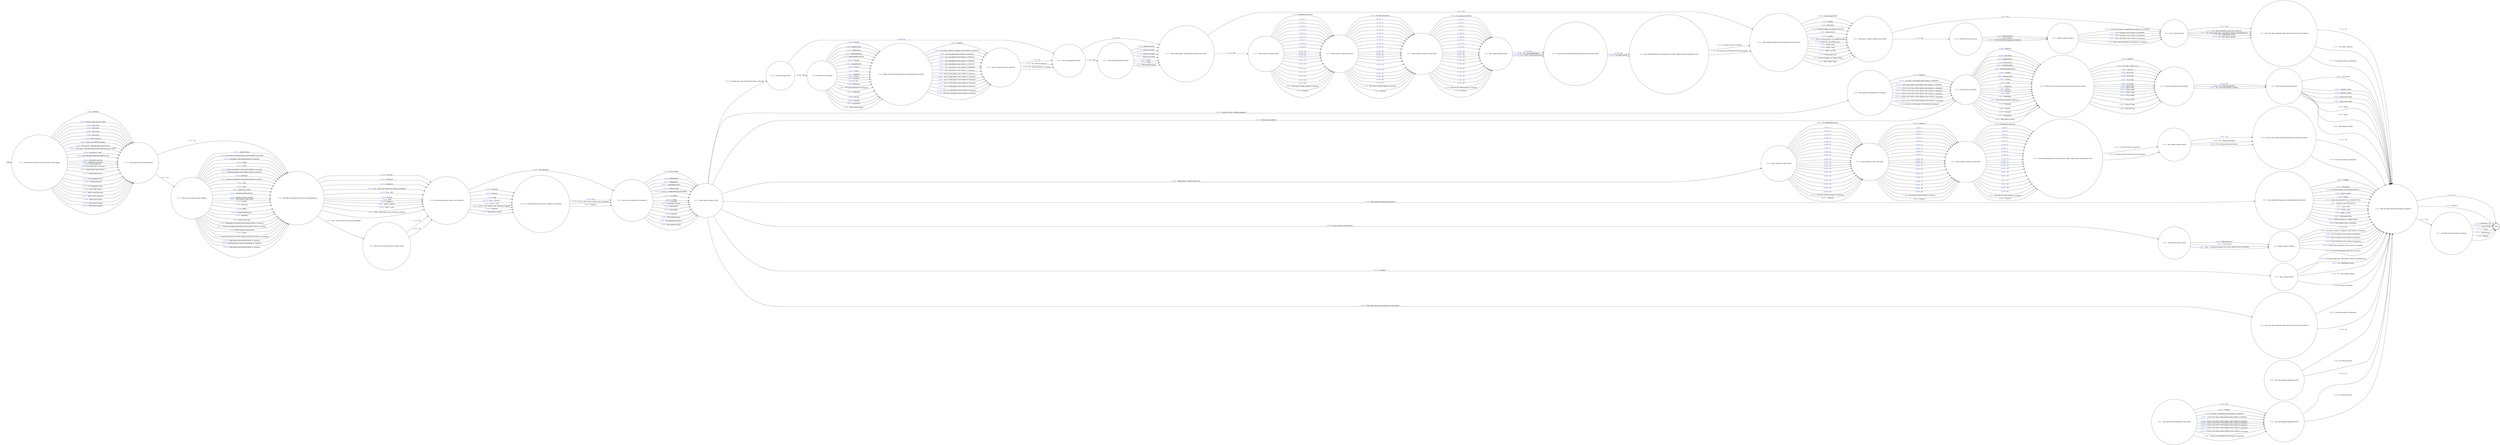
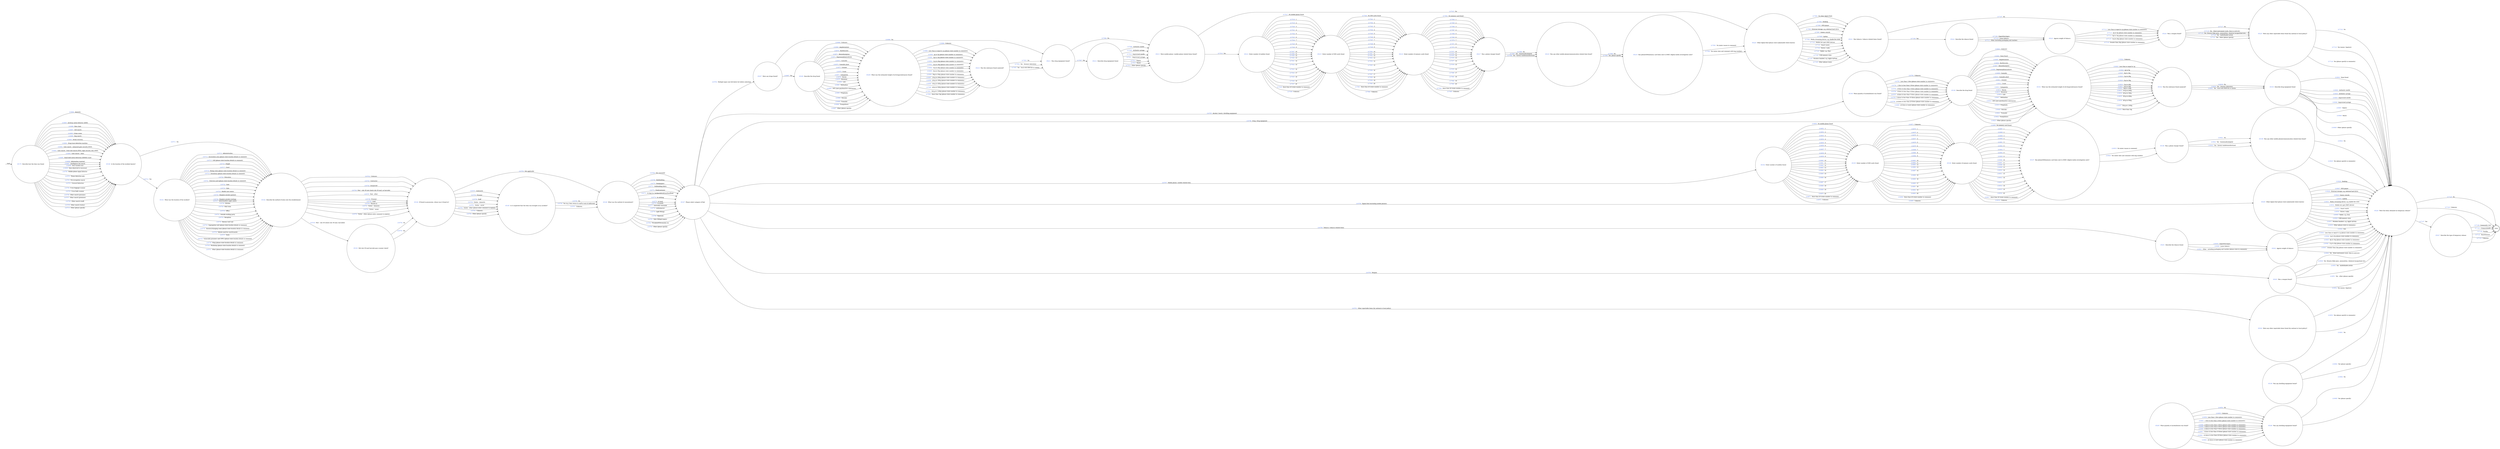
digraph FIND_4 {
  rankdir=LR;
  node [shape = circle];

  START_NODE [label="", shape=none];
  START_NODE -> 65179 [label = "start"];
  END_NODE [label="END", shape="doublecircle"];
-     65179 [label=< <FONT COLOR="royalblue">65179 </FONT> Describe how the item was found (select all that apply) >];
+     65179 [label=< <FONT COLOR="royalblue">65179 </FONT> Describe how the item was found >];
      65179 -> 65180 [label=< <FONT COLOR="royalblue">216684 </FONT> Amnesty >];
      65179 -> 65180 [label=< <FONT COLOR="royalblue">216685 </FONT> Archway metal detector (AMD) >];
      65179 -> 65180 [label=< <FONT COLOR="royalblue">216686 </FONT> Boss chair >];
      65179 -> 65180 [label=< <FONT COLOR="royalblue">216687 </FONT> Cell search >];
      65179 -> 65180 [label=< <FONT COLOR="royalblue">216688 </FONT> Crime scene >];
      65179 -> 65180 [label=< <FONT COLOR="royalblue">216689 </FONT> Dog search >];
      65179 -> 65180 [label=< <FONT COLOR="royalblue">216690 </FONT> Drone recovery >];
      65179 -> 65180 [label=< <FONT COLOR="royalblue">216691 </FONT> Drug trace detection machine >];
      65179 -> 65180 [label=< <FONT COLOR="royalblue">216692 </FONT> Gate search - enhanced gate security (EGS) >];
      65179 -> 65180 [label=< <FONT COLOR="royalblue">216693 </FONT> Gate search - front end search (FES), high security only (HSE) >];
      65179 -> 65180 [label=< <FONT COLOR="royalblue">216694 </FONT> Gate search - other >];
      65179 -> 65180 [label=< <FONT COLOR="royalblue">216695 </FONT> Hand held metal detection (HHMD) wand >];
      65179 -> 65180 [label=< <FONT COLOR="royalblue">216696 </FONT> Information received >];
      65179 -> 65180 [label=< <FONT COLOR="royalblue">216697 </FONT> Intelligence led search >];
      65179 -> 65180 [label=< <FONT COLOR="royalblue">216698 </FONT> Item handed over >];
      65179 -> 65180 [label=< <FONT COLOR="royalblue">216699 </FONT> Item observed &amp; recovered >];
      65179 -> 65180 [label=< <FONT COLOR="royalblue">216700 </FONT> Mobile phone signal detector >];
      65179 -> 65180 [label=< <FONT COLOR="royalblue">216701 </FONT> Phone detection pole >];
      65179 -> 65180 [label=< <FONT COLOR="royalblue">216702 </FONT> Pre-occupation search >];
      65179 -> 65180 [label=< <FONT COLOR="royalblue">216703 </FONT> Unusual behaviour >];
      65179 -> 65180 [label=< <FONT COLOR="royalblue">216704 </FONT> X-ray baggage scanner >];
      65179 -> 65180 [label=< <FONT COLOR="royalblue">216705 </FONT> X-ray body scanner >];
      65179 -> 65180 [label=< <FONT COLOR="royalblue">216706 </FONT> Other search (prisoner) >];
      65179 -> 65180 [label=< <FONT COLOR="royalblue">216707 </FONT> Other search (premises) >];
      65179 -> 65180 [label=< <FONT COLOR="royalblue">216708 </FONT> Other search (staff) >];
      65179 -> 65180 [label=< <FONT COLOR="royalblue">216709 </FONT> Other search (visitor) >];
      65179 -> 65180 [label=< <FONT COLOR="royalblue">216710 </FONT> Other (please specify) >];
    65180 [label=< <FONT COLOR="royalblue">65180 </FONT> Is the location of the incident known? >];
      65180 -> 65182 [label=< <FONT COLOR="royalblue">216711 </FONT> No >];
      65180 -> 65181 [label=< <FONT COLOR="royalblue">216712 </FONT> Yes >];
    65181 [label=< <FONT COLOR="royalblue">65181 </FONT> What was the location of the incident? >];
      65181 -> 65182 [label=< <FONT COLOR="royalblue">216713 </FONT> Administration >];
      65181 -> 65182 [label=< <FONT COLOR="royalblue">216714 </FONT> Association area (please state location details in comment) >];
      65181 -> 65182 [label=< <FONT COLOR="royalblue">216715 </FONT> Cell (please state location details in comment) >];
      65181 -> 65182 [label=< <FONT COLOR="royalblue">216716 </FONT> Chapel >];
      65181 -> 65182 [label=< <FONT COLOR="royalblue">216717 </FONT> Court >];
      65181 -> 65182 [label=< <FONT COLOR="royalblue">216718 </FONT> Dining room (please state location details in comment) >];
      65181 -> 65182 [label=< <FONT COLOR="royalblue">216719 </FONT> Dormitory (please state location details in comment) >];
      65181 -> 65182 [label=< <FONT COLOR="royalblue">216720 </FONT> Education >];
      65181 -> 65182 [label=< <FONT COLOR="royalblue">216721 </FONT> Exercise yard (please state location details in comment) >];
      65181 -> 65182 [label=< <FONT COLOR="royalblue">216722 </FONT> Gate >];
      65181 -> 65182 [label=< <FONT COLOR="royalblue">216723 </FONT> Gym >];
      65181 -> 65182 [label=< <FONT COLOR="royalblue">216724 </FONT> Health care centre >];
      65181 -> 65182 [label=< <FONT COLOR="royalblue">216725 </FONT> Hospital outside (patient) >];
      65181 -> 65182 [label=< <FONT COLOR="royalblue">216726 </FONT> Hospital outside (visiting) >];
      65181 -> 65182 [label=< <FONT COLOR="royalblue">216727 </FONT> Induction/first night centre >];
      65181 -> 65182 [label=< <FONT COLOR="royalblue">216728 </FONT> Kitchen >];
      65181 -> 65182 [label=< <FONT COLOR="royalblue">216729 </FONT> Mail room >];
      65181 -> 65182 [label=< <FONT COLOR="royalblue">216730 </FONT> Office >];
      65181 -> 65182 [label=< <FONT COLOR="royalblue">216731 </FONT> Outside working party >];
      65181 -> 65182 [label=< <FONT COLOR="royalblue">216732 </FONT> Reception >];
      65181 -> 65182 [label=< <FONT COLOR="royalblue">216733 </FONT> Recess/ roof void >];
      65181 -> 65182 [label=< <FONT COLOR="royalblue">216734 </FONT> Segregation unit (please state location details in comment) >];
      65181 -> 65182 [label=< <FONT COLOR="royalblue">216735 </FONT> Showers/changing room (please state location details in comment) >];
      65181 -> 65182 [label=< <FONT COLOR="royalblue">216736 </FONT> Vehicle used for court/transfer >];
      65181 -> 65182 [label=< <FONT COLOR="royalblue">216737 </FONT> Visits >];
      65181 -> 65182 [label=< <FONT COLOR="royalblue">216738 </FONT> Vulnerable prisoners unit (VPU) (please state location details in comment) >];
      65181 -> 65182 [label=< <FONT COLOR="royalblue">216739 </FONT> Wing (please state location details in comment) >];
      65181 -> 65182 [label=< <FONT COLOR="royalblue">216740 </FONT> Workshop (please state location details in comment) >];
      65181 -> 65182 [label=< <FONT COLOR="royalblue">216741 </FONT> Other (please state location details in comment) >];
    65182 [label=< <FONT COLOR="royalblue">65182 </FONT> Describe the method of entry into the establishment >];
      65182 -> 65184 [label=< <FONT COLOR="royalblue">216742 </FONT> Unknown >];
      65182 -> 65184 [label=< <FONT COLOR="royalblue">216743 </FONT> Contractor >];
      65182 -> 65184 [label=< <FONT COLOR="royalblue">216744 </FONT> Drone/UAV >];
      65182 -> 65183 [label=< <FONT COLOR="royalblue">216745 </FONT> Post - rule 39 (check rule 39 mail, barcoded) >];
      65182 -> 65184 [label=< <FONT COLOR="royalblue">216746 </FONT> Post - rule 39 (not check rule 39 mail, no barcode) >];
      65182 -> 65184 [label=< <FONT COLOR="royalblue">216747 </FONT> Post - other >];
      65182 -> 65184 [label=< <FONT COLOR="royalblue">216748 </FONT> Prisoner >];
      65182 -> 65184 [label=< <FONT COLOR="royalblue">216749 </FONT> Staff >];
      65182 -> 65184 [label=< <FONT COLOR="royalblue">216750 </FONT> Thrown in >];
      65182 -> 65184 [label=< <FONT COLOR="royalblue">216751 </FONT> Visitor - domestic >];
      65182 -> 65184 [label=< <FONT COLOR="royalblue">216752 </FONT> Visitor - social >];
      65182 -> 65184 [label=< <FONT COLOR="royalblue">216753 </FONT> Visitor - other (please enter comment to explain) >];
    65183 [label=< <FONT COLOR="royalblue">65183 </FONT> Did rule 39 mail barcode pass scanner check? >];
      65183 -> 65184 [label=< <FONT COLOR="royalblue">216754 </FONT> No >];
      65183 -> 65184 [label=< <FONT COLOR="royalblue">216755 </FONT> Yes >];
    65184 [label=< <FONT COLOR="royalblue">65184 </FONT> If found in possession, whose was it found in? >];
      65184 -> 65186 [label=< <FONT COLOR="royalblue">216756 </FONT> Not applicable >];
      65184 -> 65185 [label=< <FONT COLOR="royalblue">216757 </FONT> Contractor >];
      65184 -> 65185 [label=< <FONT COLOR="royalblue">216758 </FONT> Prisoner >];
      65184 -> 65185 [label=< <FONT COLOR="royalblue">216759 </FONT> Staff >];
      65184 -> 65185 [label=< <FONT COLOR="royalblue">216760 </FONT> Visitor - domestic >];
      65184 -> 65185 [label=< <FONT COLOR="royalblue">216761 </FONT> Visitor - social >];
      65184 -> 65185 [label=< <FONT COLOR="royalblue">216762 </FONT> Visitor - other (please enter comment to explain) >];
      65184 -> 65185 [label=< <FONT COLOR="royalblue">216763 </FONT> Unknown >];
      65184 -> 65185 [label=< <FONT COLOR="royalblue">216764 </FONT> Other (please specify) >];
    65185 [label=< <FONT COLOR="royalblue">65185 </FONT> Is it suspected that the item was brought in by accident? >];
      65185 -> 65186 [label=< <FONT COLOR="royalblue">216765 </FONT> No >];
      65185 -> 65186 [label=< <FONT COLOR="royalblue">216766 </FONT> Yes (e.g. item return to staff at end of shift/visit) >];
      65185 -> 65186 [label=< <FONT COLOR="royalblue">216767 </FONT> Unknown >];
    65186 [label=< <FONT COLOR="royalblue">65186 </FONT> What was the method of concealment? >];
      65186 -> 65187 [label=< <FONT COLOR="royalblue">216768 </FONT> Not concealed >];
      65186 -> 65187 [label=< <FONT COLOR="royalblue">216769 </FONT> Bed/bedding >];
      65186 -> 65187 [label=< <FONT COLOR="royalblue">216770 </FONT> Book/papers >];
      65186 -> 65187 [label=< <FONT COLOR="royalblue">216771 </FONT> Cell/building fabric >];
      65186 -> 65187 [label=< <FONT COLOR="royalblue">216772 </FONT> Food/container >];
      65186 -> 65187 [label=< <FONT COLOR="royalblue">216773 </FONT> In bag (i.e. backpack/briefcase/handbag) >];
      65186 -> 65187 [label=< <FONT COLOR="royalblue">216774 </FONT> In clothing >];
      65186 -> 65187 [label=< <FONT COLOR="royalblue">216775 </FONT> In hand >];
      65186 -> 65187 [label=< <FONT COLOR="royalblue">216776 </FONT> In mouth >];
      65186 -> 65187 [label=< <FONT COLOR="royalblue">216777 </FONT> Internally concealed >];
      65186 -> 65187 [label=< <FONT COLOR="royalblue">216778 </FONT> Letter/parcel >];
      65186 -> 65187 [label=< <FONT COLOR="royalblue">216779 </FONT> Light fittings >];
      65186 -> 65187 [label=< <FONT COLOR="royalblue">216780 </FONT> Pipework >];
      65186 -> 65187 [label=< <FONT COLOR="royalblue">216781 </FONT> Rule 39/legal papers >];
      65186 -> 65187 [label=< <FONT COLOR="royalblue">216782 </FONT> TV/radio/DVD/consoles etc >];
      65186 -> 65187 [label=< <FONT COLOR="royalblue">216783 </FONT> Other (please specify) >];
    65187 [label=< <FONT COLOR="royalblue">65187 </FONT> Please select category of find >];
      65187 -> 65207 [label=< <FONT COLOR="royalblue">216784 </FONT> Multiple types (see full below list before selecting) >];
      65187 -> 65188 [label=< <FONT COLOR="royalblue">216785 </FONT> Alcohol / hooch / distilling equipment >];
      65187 -> 65190 [label=< <FONT COLOR="royalblue">216786 </FONT> Drug / drug equipment >];
      65187 -> 65194 [label=< <FONT COLOR="royalblue">216787 </FONT> Mobile phone / mobile related item >];
      65187 -> 65200 [label=< <FONT COLOR="royalblue">216788 </FONT> Digital find (excluding mobile phones) >];
      65187 -> 65201 [label=< <FONT COLOR="royalblue">216789 </FONT> Tobacco / tobacco related items >];
      65187 -> 65203 [label=< <FONT COLOR="royalblue">216790 </FONT> Weapon >];
      65187 -> 65204 [label=< <FONT COLOR="royalblue">216791 </FONT> Other reportable items (by national or local policy) >];
    65188 [label=< <FONT COLOR="royalblue">65188 </FONT> What quantity of alcohol/hooch was found? >];
      65188 -> 65190 [label=< <FONT COLOR="royalblue">216792 </FONT> Unknown >];
      65188 -> 65190 [label=< <FONT COLOR="royalblue">216793 </FONT> Less than 1 litre (please state number in comments) >];
      65188 -> 65190 [label=< <FONT COLOR="royalblue">216794 </FONT> 1 litre to less than 2 litres (please state number in comments) >];
      65188 -> 65190 [label=< <FONT COLOR="royalblue">216795 </FONT> 2 litres to less than 3 litres (please state number in comments) >];
      65188 -> 65190 [label=< <FONT COLOR="royalblue">216796 </FONT> 3 litres to less than 4 litres (please state number in comments) >];
      65188 -> 65190 [label=< <FONT COLOR="royalblue">216797 </FONT> 4 litres to less than 5 litres (please state number in comments) >];
      65188 -> 65190 [label=< <FONT COLOR="royalblue">216798 </FONT> 5 litres to less than 10 litres (please state number in comments) >];
      65188 -> 65190 [label=< <FONT COLOR="royalblue">216799 </FONT> 10 litres to less than 20 litres (please state number in comments) >];
      65188 -> 65190 [label=< <FONT COLOR="royalblue">216800 </FONT> 20 litres or more (please state number in comments) >];
    65189 [label=< <FONT COLOR="royalblue">65189 </FONT> Was any distilling equipment found? >];
      65189 -> 65226 [label=< <FONT COLOR="royalblue">216801 </FONT> No >];
      65189 -> 65226 [label=< <FONT COLOR="royalblue">216802 </FONT> Yes (please specify) >];
    65190 [label=< <FONT COLOR="royalblue">65190 </FONT> Describe the drug found >];
      65190 -> 65191 [label=< <FONT COLOR="royalblue">216803 </FONT> Unknown >];
      65190 -> 65191 [label=< <FONT COLOR="royalblue">216804 </FONT> None found >];
      65190 -> 65191 [label=< <FONT COLOR="royalblue">216805 </FONT> Amphetamines >];
      65190 -> 65191 [label=< <FONT COLOR="royalblue">216806 </FONT> Barbiturates >];
      65190 -> 65191 [label=< <FONT COLOR="royalblue">216807 </FONT> Benzodiazepines >];
      65190 -> 65191 [label=< <FONT COLOR="royalblue">216808 </FONT> Buprenorphine/subutex >];
      65190 -> 65191 [label=< <FONT COLOR="royalblue">216809 </FONT> Cannabis >];
      65190 -> 65191 [label=< <FONT COLOR="royalblue">216810 </FONT> Cannabis plant >];
      65190 -> 65191 [label=< <FONT COLOR="royalblue">216811 </FONT> Cocaine >];
      65190 -> 65191 [label=< <FONT COLOR="royalblue">216812 </FONT> Crack >];
      65190 -> 65191 [label=< <FONT COLOR="royalblue">216813 </FONT> Gabapentin >];
      65190 -> 65191 [label=< <FONT COLOR="royalblue">216814 </FONT> Heroin >];
      65190 -> 65191 [label=< <FONT COLOR="royalblue">216815 </FONT> Ketamine >];
      65190 -> 65191 [label=< <FONT COLOR="royalblue">216816 </FONT> LSD >];
      65190 -> 65191 [label=< <FONT COLOR="royalblue">216817 </FONT> Methadone >];
      65190 -> 65191 [label=< <FONT COLOR="royalblue">216818 </FONT> NPS (new psychoactive substances) >];
      65190 -> 65191 [label=< <FONT COLOR="royalblue">216819 </FONT> Pregabalin >];
      65190 -> 65191 [label=< <FONT COLOR="royalblue">216820 </FONT> Steroids >];
      65190 -> 65191 [label=< <FONT COLOR="royalblue">216821 </FONT> Tramadol >];
      65190 -> 65191 [label=< <FONT COLOR="royalblue">216822 </FONT> Tranquilisers >];
      65190 -> 65191 [label=< <FONT COLOR="royalblue">216823 </FONT> Other (please specify) >];
    65191 [label=< <FONT COLOR="royalblue">65191 </FONT> What was the estimated weight of all drugs/substances found? >];
      65191 -> 65192 [label=< <FONT COLOR="royalblue">216824 </FONT> Unknown >];
      65191 -> 65192 [label=< <FONT COLOR="royalblue">216825 </FONT> Less than or equal to 1g >];
      65191 -> 65192 [label=< <FONT COLOR="royalblue">216826 </FONT> 2g to 5g >];
      65191 -> 65192 [label=< <FONT COLOR="royalblue">216827 </FONT> 6g to 10g >];
      65191 -> 65192 [label=< <FONT COLOR="royalblue">216828 </FONT> 11g to 20g >];
      65191 -> 65192 [label=< <FONT COLOR="royalblue">216829 </FONT> 21g to 30g >];
      65191 -> 65192 [label=< <FONT COLOR="royalblue">216830 </FONT> 31g to 40g >];
      65191 -> 65192 [label=< <FONT COLOR="royalblue">216831 </FONT> 41g to 50g >];
      65191 -> 65192 [label=< <FONT COLOR="royalblue">216832 </FONT> 50g to 100g >];
      65191 -> 65192 [label=< <FONT COLOR="royalblue">216833 </FONT> 101g to 200g >];
      65191 -> 65192 [label=< <FONT COLOR="royalblue">216834 </FONT> 201g to 300g >];
      65191 -> 65192 [label=< <FONT COLOR="royalblue">216835 </FONT> 301g to 400g >];
      65191 -> 65192 [label=< <FONT COLOR="royalblue">216836 </FONT> 401g to 500g >];
      65191 -> 65192 [label=< <FONT COLOR="royalblue">216837 </FONT> 501g to 1,000g >];
      65191 -> 65192 [label=< <FONT COLOR="royalblue">216838 </FONT> More than 1kg >];
    65192 [label=< <FONT COLOR="royalblue">65192 </FONT> Was the substance found analysed? >];
      65192 -> 65193 [label=< <FONT COLOR="royalblue">216839 </FONT> No >];
      65192 -> 65193 [label=< <FONT COLOR="royalblue">216840 </FONT> Yes - forensic laboratory >];
      65192 -> 65193 [label=< <FONT COLOR="royalblue">216841 </FONT> Yes - local with BDH kit or similar >];
    65193 [label=< <FONT COLOR="royalblue">65193 </FONT> Describe drug equipment found >];
      65193 -> 65226 [label=< <FONT COLOR="royalblue">216842 </FONT> None found >];
      65193 -> 65226 [label=< <FONT COLOR="royalblue">216843 </FONT> Authentic needle >];
      65193 -> 65226 [label=< <FONT COLOR="royalblue">216844 </FONT> Authentic syringe >];
      65193 -> 65226 [label=< <FONT COLOR="royalblue">216845 </FONT> Improvised needle >];
      65193 -> 65226 [label=< <FONT COLOR="royalblue">216846 </FONT> Improvised syringe >];
      65193 -> 65226 [label=< <FONT COLOR="royalblue">216847 </FONT> Pipe(s) >];
      65193 -> 65226 [label=< <FONT COLOR="royalblue">216848 </FONT> Roach >];
      65193 -> 65226 [label=< <FONT COLOR="royalblue">216849 </FONT> Other (please specify) >];
    65194 [label=< <FONT COLOR="royalblue">65194 </FONT> Enter number of mobiles found >];
      65194 -> 65195 [label=< <FONT COLOR="royalblue">216850 </FONT> No mobile phone found >];
      65194 -> 65195 [label=< <FONT COLOR="royalblue">216851 </FONT> 1 >];
      65194 -> 65195 [label=< <FONT COLOR="royalblue">216852 </FONT> 2 >];
      65194 -> 65195 [label=< <FONT COLOR="royalblue">216853 </FONT> 3 >];
      65194 -> 65195 [label=< <FONT COLOR="royalblue">216854 </FONT> 4 >];
      65194 -> 65195 [label=< <FONT COLOR="royalblue">216855 </FONT> 5 >];
      65194 -> 65195 [label=< <FONT COLOR="royalblue">216856 </FONT> 6 >];
      65194 -> 65195 [label=< <FONT COLOR="royalblue">216857 </FONT> 7 >];
      65194 -> 65195 [label=< <FONT COLOR="royalblue">216858 </FONT> 8 >];
      65194 -> 65195 [label=< <FONT COLOR="royalblue">216859 </FONT> 9 >];
      65194 -> 65195 [label=< <FONT COLOR="royalblue">216860 </FONT> 10 >];
      65194 -> 65195 [label=< <FONT COLOR="royalblue">216861 </FONT> 11 >];
      65194 -> 65195 [label=< <FONT COLOR="royalblue">216862 </FONT> 12 >];
      65194 -> 65195 [label=< <FONT COLOR="royalblue">216863 </FONT> 13 >];
      65194 -> 65195 [label=< <FONT COLOR="royalblue">216864 </FONT> 14 >];
      65194 -> 65195 [label=< <FONT COLOR="royalblue">216865 </FONT> 15 >];
      65194 -> 65195 [label=< <FONT COLOR="royalblue">216866 </FONT> 16 >];
      65194 -> 65195 [label=< <FONT COLOR="royalblue">216867 </FONT> 17 >];
      65194 -> 65195 [label=< <FONT COLOR="royalblue">216868 </FONT> 18 >];
      65194 -> 65195 [label=< <FONT COLOR="royalblue">216869 </FONT> 19 >];
      65194 -> 65195 [label=< <FONT COLOR="royalblue">216870 </FONT> 20 >];
      65194 -> 65195 [label=< <FONT COLOR="royalblue">216871 </FONT> More than 20 (state number in comment) >];
      65194 -> 65195 [label=< <FONT COLOR="royalblue">216872 </FONT> Unknown >];
    65195 [label=< <FONT COLOR="royalblue">65195 </FONT> Enter number of SIM cards found >];
      65195 -> 65196 [label=< <FONT COLOR="royalblue">216873 </FONT> Unknown >];
      65195 -> 65196 [label=< <FONT COLOR="royalblue">216874 </FONT> 1 >];
      65195 -> 65196 [label=< <FONT COLOR="royalblue">216875 </FONT> 2 >];
      65195 -> 65196 [label=< <FONT COLOR="royalblue">216876 </FONT> 3 >];
      65195 -> 65196 [label=< <FONT COLOR="royalblue">216877 </FONT> 4 >];
      65195 -> 65196 [label=< <FONT COLOR="royalblue">216878 </FONT> 5 >];
      65195 -> 65196 [label=< <FONT COLOR="royalblue">216879 </FONT> 6 >];
      65195 -> 65196 [label=< <FONT COLOR="royalblue">216880 </FONT> 7 >];
      65195 -> 65196 [label=< <FONT COLOR="royalblue">216881 </FONT> 8 >];
      65195 -> 65196 [label=< <FONT COLOR="royalblue">216882 </FONT> 9 >];
      65195 -> 65196 [label=< <FONT COLOR="royalblue">216883 </FONT> 10 >];
      65195 -> 65196 [label=< <FONT COLOR="royalblue">216884 </FONT> 11 >];
      65195 -> 65196 [label=< <FONT COLOR="royalblue">216885 </FONT> 12 >];
      65195 -> 65196 [label=< <FONT COLOR="royalblue">216886 </FONT> 13 >];
      65195 -> 65196 [label=< <FONT COLOR="royalblue">216887 </FONT> 14 >];
      65195 -> 65196 [label=< <FONT COLOR="royalblue">216888 </FONT> 15 >];
      65195 -> 65196 [label=< <FONT COLOR="royalblue">216889 </FONT> 16 >];
      65195 -> 65196 [label=< <FONT COLOR="royalblue">216890 </FONT> 17 >];
      65195 -> 65196 [label=< <FONT COLOR="royalblue">216891 </FONT> 18 >];
      65195 -> 65196 [label=< <FONT COLOR="royalblue">216892 </FONT> 19 >];
      65195 -> 65196 [label=< <FONT COLOR="royalblue">216893 </FONT> 20 >];
      65195 -> 65196 [label=< <FONT COLOR="royalblue">216894 </FONT> More than 20 (state number in comment) >];
      65195 -> 65196 [label=< <FONT COLOR="royalblue">216895 </FONT> Unknown >];
    65196 [label=< <FONT COLOR="royalblue">65196 </FONT> Enter number of memory cards found >];
      65196 -> 65197 [label=< <FONT COLOR="royalblue">216896 </FONT> No memory card found >];
      65196 -> 65197 [label=< <FONT COLOR="royalblue">216897 </FONT> 1 >];
      65196 -> 65197 [label=< <FONT COLOR="royalblue">216898 </FONT> 2 >];
      65196 -> 65197 [label=< <FONT COLOR="royalblue">216899 </FONT> 3 >];
      65196 -> 65197 [label=< <FONT COLOR="royalblue">216900 </FONT> 4 >];
      65196 -> 65197 [label=< <FONT COLOR="royalblue">216901 </FONT> 5 >];
      65196 -> 65197 [label=< <FONT COLOR="royalblue">216902 </FONT> 6 >];
      65196 -> 65197 [label=< <FONT COLOR="royalblue">216903 </FONT> 7 >];
      65196 -> 65197 [label=< <FONT COLOR="royalblue">216904 </FONT> 8 >];
      65196 -> 65197 [label=< <FONT COLOR="royalblue">216905 </FONT> 9 >];
      65196 -> 65197 [label=< <FONT COLOR="royalblue">216906 </FONT> 10 >];
      65196 -> 65197 [label=< <FONT COLOR="royalblue">216907 </FONT> 11 >];
      65196 -> 65197 [label=< <FONT COLOR="royalblue">216908 </FONT> 12 >];
      65196 -> 65197 [label=< <FONT COLOR="royalblue">216909 </FONT> 13 >];
      65196 -> 65197 [label=< <FONT COLOR="royalblue">216910 </FONT> 14 >];
      65196 -> 65197 [label=< <FONT COLOR="royalblue">216911 </FONT> 15 >];
      65196 -> 65197 [label=< <FONT COLOR="royalblue">216912 </FONT> 16 >];
      65196 -> 65197 [label=< <FONT COLOR="royalblue">216913 </FONT> 17 >];
      65196 -> 65197 [label=< <FONT COLOR="royalblue">216914 </FONT> 18 >];
      65196 -> 65197 [label=< <FONT COLOR="royalblue">216915 </FONT> 19 >];
      65196 -> 65197 [label=< <FONT COLOR="royalblue">216916 </FONT> 20 >];
      65196 -> 65197 [label=< <FONT COLOR="royalblue">216917 </FONT> More than 20 (state number in comment) >];
      65196 -> 65197 [label=< <FONT COLOR="royalblue">216918 </FONT> Unknown >];
    65197 [label=< <FONT COLOR="royalblue">65197 </FONT> Has phone/SIM/memory card been sent to DMIU (digital media investigation unit)? >];
      65197 -> 65198 [label=< <FONT COLOR="royalblue">216919 </FONT> No (enter reason in comment) >];
      65197 -> 65198 [label=< <FONT COLOR="royalblue">216920 </FONT> Yes (enter date and comment with bag number) >];
    65198 [label=< <FONT COLOR="royalblue">65198 </FONT> Was a phone charger found? >];
      65198 -> 65199 [label=< <FONT COLOR="royalblue">216921 </FONT> No >];
      65198 -> 65199 [label=< <FONT COLOR="royalblue">216922 </FONT> Yes - homemade/adapted >];
      65198 -> 65199 [label=< <FONT COLOR="royalblue">216923 </FONT> Yes - factory made/manufactured >];
    65199 [label=< <FONT COLOR="royalblue">65199 </FONT> Was any other mobile phone/communication related item found? >];
      65199 -> 65226 [label=< <FONT COLOR="royalblue">216924 </FONT> No >];
      65199 -> 65226 [label=< <FONT COLOR="royalblue">216925 </FONT> Yes (please specify in comments) >];
    65200 [label=< <FONT COLOR="royalblue">65200 </FONT> Other digital find (please state make/model where known) >];
      65200 -> 65226 [label=< <FONT COLOR="royalblue">216926 </FONT> Desktop >];
      65200 -> 65226 [label=< <FONT COLOR="royalblue">216927 </FONT> DVD player >];
      65200 -> 65226 [label=< <FONT COLOR="royalblue">216928 </FONT> External storage, e.g. external hard drive >];
      65200 -> 65226 [label=< <FONT COLOR="royalblue">216929 </FONT> Games console >];
      65200 -> 65226 [label=< <FONT COLOR="royalblue">216930 </FONT> Laptop >];
      65200 -> 65226 [label=< <FONT COLOR="royalblue">216931 </FONT> Media streaming device, e.g. kindle fire stick >];
      65200 -> 65226 [label=< <FONT COLOR="royalblue">216932 </FONT> Mobile hot spot (MiFi device) >];
      65200 -> 65226 [label=< <FONT COLOR="royalblue">216933 </FONT> Smart watch >];
      65200 -> 65226 [label=< <FONT COLOR="royalblue">216934 </FONT> Stereo / radio >];
      65200 -> 65226 [label=< <FONT COLOR="royalblue">216935 </FONT> Tablet, e.g. iPad >];
      65200 -> 65226 [label=< <FONT COLOR="royalblue">216936 </FONT> USB memory stick >];
      65200 -> 65226 [label=< <FONT COLOR="royalblue">216937 </FONT> Wireless headset, e.g. Apple AirPods >];
      65200 -> 65226 [label=< <FONT COLOR="royalblue">216938 </FONT> Other (please state in comments) >];
    65201 [label=< <FONT COLOR="royalblue">65201 </FONT> Describe the tobacco found >];
      65201 -> 65202 [label=< <FONT COLOR="royalblue">216939 </FONT> Cigarettes/cigars >];
      65201 -> 65202 [label=< <FONT COLOR="royalblue">216940 </FONT> Loose tobacco >];
      65201 -> 65202 [label=< <FONT COLOR="royalblue">216941 </FONT> Other - including packaging and roaches (please state in comments) >];
    65202 [label=< <FONT COLOR="royalblue">65202 </FONT> Approx weight of tobacco >];
      65202 -> 65226 [label=< <FONT COLOR="royalblue">216942 </FONT> N/A >];
      65202 -> 65226 [label=< <FONT COLOR="royalblue">216943 </FONT> Less than or equal to 1g (please state number in comments) >];
      65202 -> 65226 [label=< <FONT COLOR="royalblue">216944 </FONT> 2g to 5g (please state number in comments) >];
      65202 -> 65226 [label=< <FONT COLOR="royalblue">216945 </FONT> 6g to 10g (please state number in comments) >];
      65202 -> 65226 [label=< <FONT COLOR="royalblue">216946 </FONT> 11g to 20g (please state number in comments) >];
      65202 -> 65226 [label=< <FONT COLOR="royalblue">216947 </FONT> Greater than 20g (please state number in comments) >];
    65203 [label=< <FONT COLOR="royalblue">65203 </FONT> Was a weapon found? >];
      65203 -> 65226 [label=< <FONT COLOR="royalblue">216948 </FONT> Yes - blunt instrument (cosh, item in sock etc) >];
      65203 -> 65226 [label=< <FONT COLOR="royalblue">216949 </FONT> Yes- firearm (fake guns, ammunition, chemical incapacitant etc) >];
      65203 -> 65226 [label=< <FONT COLOR="royalblue">216950 </FONT> Yes - knife/bladed article >];
      65203 -> 65226 [label=< <FONT COLOR="royalblue">216951 </FONT> Yes - other (please specify) >];
    65204 [label=< <FONT COLOR="royalblue">65204 </FONT> Were any other reportable items found (by national or local policy)? >];
      65204 -> 65226 [label=< <FONT COLOR="royalblue">216952 </FONT> Yes (noose / ligature) >];
      65204 -> 65226 [label=< <FONT COLOR="royalblue">216953 </FONT> Yes (please specify in comments) >];
    65205 [label=< <FONT COLOR="royalblue">65205 </FONT> What quantity of alcohol/hooch was found? >];
      65205 -> 65206 [label=< <FONT COLOR="royalblue">216954 </FONT> Nil >];
      65205 -> 65206 [label=< <FONT COLOR="royalblue">216955 </FONT> Unknown >];
      65205 -> 65206 [label=< <FONT COLOR="royalblue">216956 </FONT> Less than 1 litre (please state number in comments) >];
      65205 -> 65206 [label=< <FONT COLOR="royalblue">216957 </FONT> 1 litre to less than 2 litres (please state number in comments) >];
      65205 -> 65206 [label=< <FONT COLOR="royalblue">216958 </FONT> 2 litres to less than 3 litres (please state number in comments) >];
      65205 -> 65206 [label=< <FONT COLOR="royalblue">216959 </FONT> 3 litres to less than 4 litres (please state number in comments) >];
      65205 -> 65206 [label=< <FONT COLOR="royalblue">216960 </FONT> 4 litres to less than 5 litres (please state number in comments) >];
      65205 -> 65206 [label=< <FONT COLOR="royalblue">216961 </FONT> 5 litres to less than 10 litres (please state number in comments) >];
      65205 -> 65206 [label=< <FONT COLOR="royalblue">216962 </FONT> 10 litres to less than 20 litres (please state number in comments) >];
      65205 -> 65206 [label=< <FONT COLOR="royalblue">216963 </FONT> 20 litres or more (please state number in comments) >];
    65206 [label=< <FONT COLOR="royalblue">65206 </FONT> Was any distilling equipment found? >];
      65206 -> 65226 [label=< <FONT COLOR="royalblue">216964 </FONT> No >];
      65206 -> 65226 [label=< <FONT COLOR="royalblue">216965 </FONT> Yes (please specify) >];
    65207 [label=< <FONT COLOR="royalblue">65207 </FONT> Were any drugs found? >];
      65207 -> 65211 [label=< <FONT COLOR="royalblue">216966 </FONT> No >];
      65207 -> 65208 [label=< <FONT COLOR="royalblue">216967 </FONT> Yes >];
    65208 [label=< <FONT COLOR="royalblue">65208 </FONT> Describe the drug found >];
      65208 -> 65209 [label=< <FONT COLOR="royalblue">216968 </FONT> Unknown >];
      65208 -> 65209 [label=< <FONT COLOR="royalblue">216969 </FONT> Amphetamines >];
      65208 -> 65209 [label=< <FONT COLOR="royalblue">216970 </FONT> Barbiturates >];
      65208 -> 65209 [label=< <FONT COLOR="royalblue">216971 </FONT> Benzodiazepines >];
      65208 -> 65209 [label=< <FONT COLOR="royalblue">216972 </FONT> Buprenorphine/subutex >];
      65208 -> 65209 [label=< <FONT COLOR="royalblue">216973 </FONT> Cannabis >];
      65208 -> 65209 [label=< <FONT COLOR="royalblue">216974 </FONT> Cannabis plant >];
      65208 -> 65209 [label=< <FONT COLOR="royalblue">216975 </FONT> Cocaine >];
      65208 -> 65209 [label=< <FONT COLOR="royalblue">216976 </FONT> Crack >];
      65208 -> 65209 [label=< <FONT COLOR="royalblue">216977 </FONT> Gabapentin >];
      65208 -> 65209 [label=< <FONT COLOR="royalblue">216978 </FONT> Heroin >];
      65208 -> 65209 [label=< <FONT COLOR="royalblue">216979 </FONT> Ketamine >];
      65208 -> 65209 [label=< <FONT COLOR="royalblue">216980 </FONT> LSD >];
      65208 -> 65209 [label=< <FONT COLOR="royalblue">216981 </FONT> Methadone >];
      65208 -> 65209 [label=< <FONT COLOR="royalblue">216982 </FONT> NPS (new psychoactive substances) >];
      65208 -> 65209 [label=< <FONT COLOR="royalblue">216983 </FONT> Pregabalin >];
      65208 -> 65209 [label=< <FONT COLOR="royalblue">216984 </FONT> Steroids >];
      65208 -> 65209 [label=< <FONT COLOR="royalblue">216985 </FONT> Tramadol >];
      65208 -> 65209 [label=< <FONT COLOR="royalblue">216986 </FONT> Tranquilisers >];
      65208 -> 65209 [label=< <FONT COLOR="royalblue">216987 </FONT> Other (please specify) >];
    65209 [label=< <FONT COLOR="royalblue">65209 </FONT> What was the estimated weight of all drugs/substances found? >];
      65209 -> 65210 [label=< <FONT COLOR="royalblue">216988 </FONT> Unknown >];
      65209 -> 65210 [label=< <FONT COLOR="royalblue">216989 </FONT> Less than or equal to 1g (please state number in comments) >];
      65209 -> 65210 [label=< <FONT COLOR="royalblue">216990 </FONT> 2g to 5g (please state number in comments) >];
      65209 -> 65210 [label=< <FONT COLOR="royalblue">216991 </FONT> 6g to 10g (please state number in comments) >];
      65209 -> 65210 [label=< <FONT COLOR="royalblue">216992 </FONT> 11g to 20g (please state number in comments) >];
      65209 -> 65210 [label=< <FONT COLOR="royalblue">216993 </FONT> 21g to 30g (please state number in comments) >];
      65209 -> 65210 [label=< <FONT COLOR="royalblue">216994 </FONT> 31g to 40g (please state number in comments) >];
      65209 -> 65210 [label=< <FONT COLOR="royalblue">216995 </FONT> 41g to 50g (please state number in comments) >];
      65209 -> 65210 [label=< <FONT COLOR="royalblue">216996 </FONT> 50g to 100g (please state number in comments) >];
      65209 -> 65210 [label=< <FONT COLOR="royalblue">216997 </FONT> 101g to 200g (please state number in comments) >];
      65209 -> 65210 [label=< <FONT COLOR="royalblue">216998 </FONT> 201g to 300g (please state number in comments) >];
      65209 -> 65210 [label=< <FONT COLOR="royalblue">216999 </FONT> 301g to 400g (please state number in comments) >];
      65209 -> 65210 [label=< <FONT COLOR="royalblue">217000 </FONT> 401g to 500g (please state number in comments) >];
      65209 -> 65210 [label=< <FONT COLOR="royalblue">217001 </FONT> 501g to 1,000g (please state number in comments) >];
      65209 -> 65210 [label=< <FONT COLOR="royalblue">217002 </FONT> More than 1kg (please state number in comments) >];
    65210 [label=< <FONT COLOR="royalblue">65210 </FONT> Was the substance found analysed? >];
      65210 -> 65211 [label=< <FONT COLOR="royalblue">217003 </FONT> No >];
      65210 -> 65211 [label=< <FONT COLOR="royalblue">217004 </FONT> Yes - forensic laboratory >];
      65210 -> 65211 [label=< <FONT COLOR="royalblue">217005 </FONT> Yes - local with BDH kit or similar >];
    65211 [label=< <FONT COLOR="royalblue">65211 </FONT> Was drug equipment found? >];
      65211 -> 65213 [label=< <FONT COLOR="royalblue">217006 </FONT> No >];
      65211 -> 65212 [label=< <FONT COLOR="royalblue">217007 </FONT> Yes >];
    65212 [label=< <FONT COLOR="royalblue">65212 </FONT> Describe drug equipment found >];
      65212 -> 65213 [label=< <FONT COLOR="royalblue">217008 </FONT> Authentic needle >];
      65212 -> 65213 [label=< <FONT COLOR="royalblue">217009 </FONT> Authentic syringe >];
      65212 -> 65213 [label=< <FONT COLOR="royalblue">217010 </FONT> Improvised needle >];
      65212 -> 65213 [label=< <FONT COLOR="royalblue">217011 </FONT> Improvised syringe >];
      65212 -> 65213 [label=< <FONT COLOR="royalblue">217012 </FONT> Pipe(s) >];
      65212 -> 65213 [label=< <FONT COLOR="royalblue">217013 </FONT> Roach >];
      65212 -> 65213 [label=< <FONT COLOR="royalblue">217014 </FONT> Other (please specify) >];
    65213 [label=< <FONT COLOR="royalblue">65213 </FONT> Were mobile phone / mobile phone related items found? >];
      65213 -> 65220 [label=< <FONT COLOR="royalblue">217015 </FONT> No >];
      65213 -> 65214 [label=< <FONT COLOR="royalblue">217016 </FONT> Yes >];
    65214 [label=< <FONT COLOR="royalblue">65214 </FONT> Enter number of mobiles found >];
      65214 -> 65215 [label=< <FONT COLOR="royalblue">217017 </FONT> No mobile phone found >];
      65214 -> 65215 [label=< <FONT COLOR="royalblue">217018 </FONT> 1 >];
      65214 -> 65215 [label=< <FONT COLOR="royalblue">217019 </FONT> 2 >];
      65214 -> 65215 [label=< <FONT COLOR="royalblue">217020 </FONT> 3 >];
      65214 -> 65215 [label=< <FONT COLOR="royalblue">217021 </FONT> 4 >];
      65214 -> 65215 [label=< <FONT COLOR="royalblue">217022 </FONT> 5 >];
      65214 -> 65215 [label=< <FONT COLOR="royalblue">217023 </FONT> 6 >];
      65214 -> 65215 [label=< <FONT COLOR="royalblue">217024 </FONT> 7 >];
      65214 -> 65215 [label=< <FONT COLOR="royalblue">217025 </FONT> 8 >];
      65214 -> 65215 [label=< <FONT COLOR="royalblue">217026 </FONT> 9 >];
      65214 -> 65215 [label=< <FONT COLOR="royalblue">217027 </FONT> 10 >];
      65214 -> 65215 [label=< <FONT COLOR="royalblue">217028 </FONT> 11 >];
      65214 -> 65215 [label=< <FONT COLOR="royalblue">217029 </FONT> 12 >];
      65214 -> 65215 [label=< <FONT COLOR="royalblue">217030 </FONT> 13 >];
      65214 -> 65215 [label=< <FONT COLOR="royalblue">217031 </FONT> 14 >];
      65214 -> 65215 [label=< <FONT COLOR="royalblue">217032 </FONT> 15 >];
      65214 -> 65215 [label=< <FONT COLOR="royalblue">217033 </FONT> 16 >];
      65214 -> 65215 [label=< <FONT COLOR="royalblue">217034 </FONT> 17 >];
      65214 -> 65215 [label=< <FONT COLOR="royalblue">217035 </FONT> 18 >];
      65214 -> 65215 [label=< <FONT COLOR="royalblue">217036 </FONT> 19 >];
      65214 -> 65215 [label=< <FONT COLOR="royalblue">217037 </FONT> 20 >];
      65214 -> 65215 [label=< <FONT COLOR="royalblue">217038 </FONT> More than 20 (state number in comment) >];
      65214 -> 65215 [label=< <FONT COLOR="royalblue">217039 </FONT> Unknown >];
    65215 [label=< <FONT COLOR="royalblue">65215 </FONT> Enter number of SIM cards found >];
      65215 -> 65216 [label=< <FONT COLOR="royalblue">217040 </FONT> No SIM cards found >];
      65215 -> 65216 [label=< <FONT COLOR="royalblue">217041 </FONT> 1 >];
      65215 -> 65216 [label=< <FONT COLOR="royalblue">217042 </FONT> 2 >];
      65215 -> 65216 [label=< <FONT COLOR="royalblue">217043 </FONT> 3 >];
      65215 -> 65216 [label=< <FONT COLOR="royalblue">217044 </FONT> 4 >];
      65215 -> 65216 [label=< <FONT COLOR="royalblue">217045 </FONT> 5 >];
      65215 -> 65216 [label=< <FONT COLOR="royalblue">217046 </FONT> 6 >];
      65215 -> 65216 [label=< <FONT COLOR="royalblue">217047 </FONT> 7 >];
      65215 -> 65216 [label=< <FONT COLOR="royalblue">217048 </FONT> 8 >];
      65215 -> 65216 [label=< <FONT COLOR="royalblue">217049 </FONT> 9 >];
      65215 -> 65216 [label=< <FONT COLOR="royalblue">217050 </FONT> 10 >];
      65215 -> 65216 [label=< <FONT COLOR="royalblue">217051 </FONT> 11 >];
      65215 -> 65216 [label=< <FONT COLOR="royalblue">217052 </FONT> 12 >];
      65215 -> 65216 [label=< <FONT COLOR="royalblue">217053 </FONT> 13 >];
      65215 -> 65216 [label=< <FONT COLOR="royalblue">217054 </FONT> 14 >];
      65215 -> 65216 [label=< <FONT COLOR="royalblue">217055 </FONT> 15 >];
      65215 -> 65216 [label=< <FONT COLOR="royalblue">217056 </FONT> 16 >];
      65215 -> 65216 [label=< <FONT COLOR="royalblue">217057 </FONT> 17 >];
      65215 -> 65216 [label=< <FONT COLOR="royalblue">217058 </FONT> 18 >];
      65215 -> 65216 [label=< <FONT COLOR="royalblue">217059 </FONT> 19 >];
      65215 -> 65216 [label=< <FONT COLOR="royalblue">217060 </FONT> 20 >];
      65215 -> 65216 [label=< <FONT COLOR="royalblue">217061 </FONT> More than 20 (state number in comment) >];
      65215 -> 65216 [label=< <FONT COLOR="royalblue">217062 </FONT> Unknown >];
    65216 [label=< <FONT COLOR="royalblue">65216 </FONT> Enter number of memory cards found >];
      65216 -> 65217 [label=< <FONT COLOR="royalblue">217063 </FONT> No memory card found >];
      65216 -> 65217 [label=< <FONT COLOR="royalblue">217064 </FONT> 1 >];
      65216 -> 65217 [label=< <FONT COLOR="royalblue">217065 </FONT> 2 >];
      65216 -> 65217 [label=< <FONT COLOR="royalblue">217066 </FONT> 3 >];
      65216 -> 65217 [label=< <FONT COLOR="royalblue">217067 </FONT> 4 >];
      65216 -> 65217 [label=< <FONT COLOR="royalblue">217068 </FONT> 5 >];
      65216 -> 65217 [label=< <FONT COLOR="royalblue">217069 </FONT> 6 >];
      65216 -> 65217 [label=< <FONT COLOR="royalblue">217070 </FONT> 7 >];
      65216 -> 65217 [label=< <FONT COLOR="royalblue">217071 </FONT> 8 >];
      65216 -> 65217 [label=< <FONT COLOR="royalblue">217072 </FONT> 9 >];
      65216 -> 65217 [label=< <FONT COLOR="royalblue">217073 </FONT> 10 >];
      65216 -> 65217 [label=< <FONT COLOR="royalblue">217074 </FONT> 11 >];
      65216 -> 65217 [label=< <FONT COLOR="royalblue">217075 </FONT> 12 >];
      65216 -> 65217 [label=< <FONT COLOR="royalblue">217076 </FONT> 13 >];
      65216 -> 65217 [label=< <FONT COLOR="royalblue">217077 </FONT> 14 >];
      65216 -> 65217 [label=< <FONT COLOR="royalblue">217078 </FONT> 15 >];
      65216 -> 65217 [label=< <FONT COLOR="royalblue">217079 </FONT> 16 >];
      65216 -> 65217 [label=< <FONT COLOR="royalblue">217080 </FONT> 17 >];
      65216 -> 65217 [label=< <FONT COLOR="royalblue">217081 </FONT> 18 >];
      65216 -> 65217 [label=< <FONT COLOR="royalblue">217082 </FONT> 19 >];
      65216 -> 65217 [label=< <FONT COLOR="royalblue">217083 </FONT> 20 >];
      65216 -> 65217 [label=< <FONT COLOR="royalblue">217084 </FONT> More than 20 (state number in comment) >];
      65216 -> 65217 [label=< <FONT COLOR="royalblue">217085 </FONT> Unknown >];
    65217 [label=< <FONT COLOR="royalblue">65217 </FONT> Was a phone charger found? >];
      65217 -> 65218 [label=< <FONT COLOR="royalblue">217086 </FONT> No >];
      65217 -> 65218 [label=< <FONT COLOR="royalblue">217087 </FONT> Yes - homemade/adapted >];
      65217 -> 65218 [label=< <FONT COLOR="royalblue">217088 </FONT> Yes - factory made/manufactured >];
    65218 [label=< <FONT COLOR="royalblue">65218 </FONT> Was any other mobile phone/communication related item found? >];
      65218 -> 65219 [label=< <FONT COLOR="royalblue">217089 </FONT> No >];
      65218 -> 65219 [label=< <FONT COLOR="royalblue">217090 </FONT> Yes: please specify >];
    65219 [label=< <FONT COLOR="royalblue">65219 </FONT> Has phone/SIM/memory card been sent to DMIU (digital media investigation unit)? >];
      65219 -> 65220 [label=< <FONT COLOR="royalblue">217091 </FONT> No (enter reason in comment) >];
      65219 -> 65220 [label=< <FONT COLOR="royalblue">217092 </FONT> Yes (enter date and comment with bag number) >];
    65220 [label=< <FONT COLOR="royalblue">65220 </FONT> Other digital find (please state make/model where known) >];
      65220 -> 65221 [label=< <FONT COLOR="royalblue">217093 </FONT> No other digital finds >];
      65220 -> 65221 [label=< <FONT COLOR="royalblue">217094 </FONT> Desktop >];
      65220 -> 65221 [label=< <FONT COLOR="royalblue">217095 </FONT> DVD player >];
      65220 -> 65221 [label=< <FONT COLOR="royalblue">217096 </FONT> External storage, e.g. external hard drive >];
      65220 -> 65221 [label=< <FONT COLOR="royalblue">217097 </FONT> Games console >];
      65220 -> 65221 [label=< <FONT COLOR="royalblue">217098 </FONT> Laptop >];
      65220 -> 65221 [label=< <FONT COLOR="royalblue">217099 </FONT> Media streaming device, e.g. kindle fire stick >];
      65220 -> 65221 [label=< <FONT COLOR="royalblue">217100 </FONT> Mobile hot spot (MiFi device) >];
      65220 -> 65221 [label=< <FONT COLOR="royalblue">217101 </FONT> Smart watch >];
      65220 -> 65221 [label=< <FONT COLOR="royalblue">217102 </FONT> Stereo / radio >];
      65220 -> 65221 [label=< <FONT COLOR="royalblue">217103 </FONT> Tablet, e.g. iPad >];
      65220 -> 65221 [label=< <FONT COLOR="royalblue">217104 </FONT> USB memory stick >];
      65220 -> 65221 [label=< <FONT COLOR="royalblue">217105 </FONT> Wireless headset, e.g. Apple AirPods >];
      65220 -> 65221 [label=< <FONT COLOR="royalblue">217106 </FONT> Other (please state) >];
    65221 [label=< <FONT COLOR="royalblue">65221 </FONT> Was tobacco / tobacco related items found? >];
      65221 -> 65224 [label=< <FONT COLOR="royalblue">217107 </FONT> No >];
      65221 -> 65222 [label=< <FONT COLOR="royalblue">217108 </FONT> Yes >];
    65222 [label=< <FONT COLOR="royalblue">65222 </FONT> Describe the tobacco found >];
      65222 -> 65223 [label=< <FONT COLOR="royalblue">217109 </FONT> Cigarettes/cigars >];
      65222 -> 65223 [label=< <FONT COLOR="royalblue">217110 </FONT> Loose tobacco >];
      65222 -> 65223 [label=< <FONT COLOR="royalblue">217111 </FONT> Other (including packaging and roaches) >];
    65223 [label=< <FONT COLOR="royalblue">65223 </FONT> Approx weight of tobacco >];
      65223 -> 65224 [label=< <FONT COLOR="royalblue">217112 </FONT> Less than or equal to 1g (please state number in comments) >];
      65223 -> 65224 [label=< <FONT COLOR="royalblue">217113 </FONT> 2g to 5g (please state number in comments) >];
      65223 -> 65224 [label=< <FONT COLOR="royalblue">217114 </FONT> 6g to 10g (please state number in comments) >];
      65223 -> 65224 [label=< <FONT COLOR="royalblue">217115 </FONT> 11g to 20g (please state number in comments) >];
      65223 -> 65224 [label=< <FONT COLOR="royalblue">217116 </FONT> Greater than 20g (please state number in comments) >];
    65224 [label=< <FONT COLOR="royalblue">65224 </FONT> Was a weapon found? >];
      65224 -> 65225 [label=< <FONT COLOR="royalblue">217117 </FONT> No >];
      65224 -> 65225 [label=< <FONT COLOR="royalblue">217118 </FONT> Yes - blunt instrument (cosh, item in sock etc) >];
      65224 -> 65225 [label=< <FONT COLOR="royalblue">217119 </FONT> Yes- firearm (fake guns, ammunition, chemical incapacitant etc) >];
      65224 -> 65225 [label=< <FONT COLOR="royalblue">217120 </FONT> Yes - knife/bladed article >];
      65224 -> 65225 [label=< <FONT COLOR="royalblue">217121 </FONT> Yes - other (please specify) >];
    65225 [label=< <FONT COLOR="royalblue">65225 </FONT> Were any other reportable items found (by national or local policy)? >];
      65225 -> 65226 [label=< <FONT COLOR="royalblue">217122 </FONT> No >];
      65225 -> 65226 [label=< <FONT COLOR="royalblue">217123 </FONT> Yes (noose / ligature) >];
      65225 -> 65226 [label=< <FONT COLOR="royalblue">217124 </FONT> Yes (please specify in comments) >];
    65226 [label=< <FONT COLOR="royalblue">65226 </FONT> Were the items obtained on temporary release? >];
      65226 -> END_NODE [label=< <FONT COLOR="royalblue">217125 </FONT> No >];
      65226 -> END_NODE [label=< <FONT COLOR="royalblue">217126 </FONT> Unknown >];
      65226 -> 65227 [label=< <FONT COLOR="royalblue">217127 </FONT> Yes >];
    65227 [label=< <FONT COLOR="royalblue">65227 </FONT> Describe the type of temporary release >];
      65227 -> END_NODE [label=< <FONT COLOR="royalblue">217128 </FONT> Community visit >];
      65227 -> END_NODE [label=< <FONT COLOR="royalblue">217129 </FONT> Compassionate >];
      65227 -> END_NODE [label=< <FONT COLOR="royalblue">217130 </FONT> Facility >];
      65227 -> END_NODE [label=< <FONT COLOR="royalblue">217131 </FONT> Resettlement >];
      65227 -> END_NODE [label=< <FONT COLOR="royalblue">217132 </FONT> Unknown >];
}
